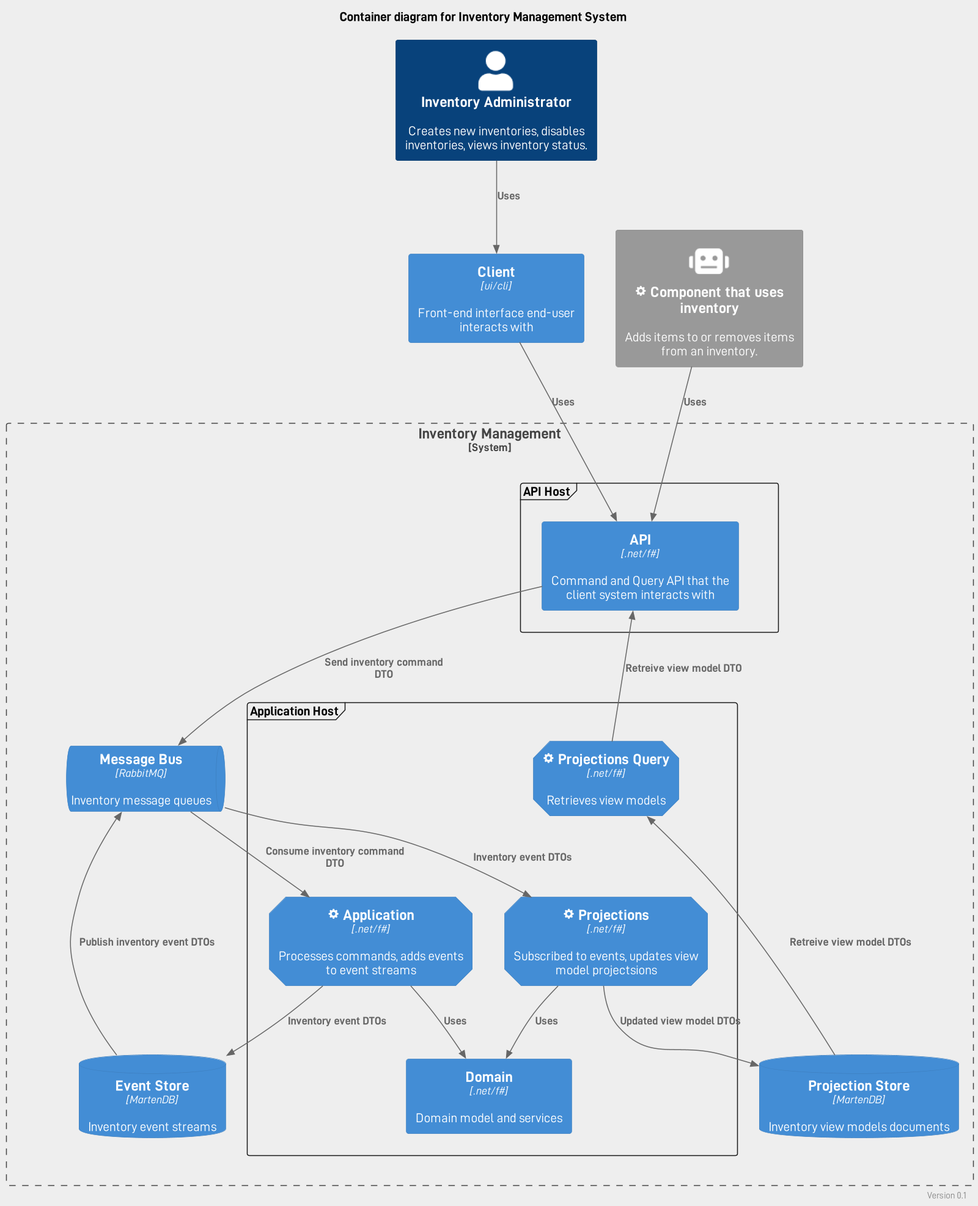
Earlier version of the PlantUML export doc/C4/container.png (iblazhko/cqrs-fsharp).
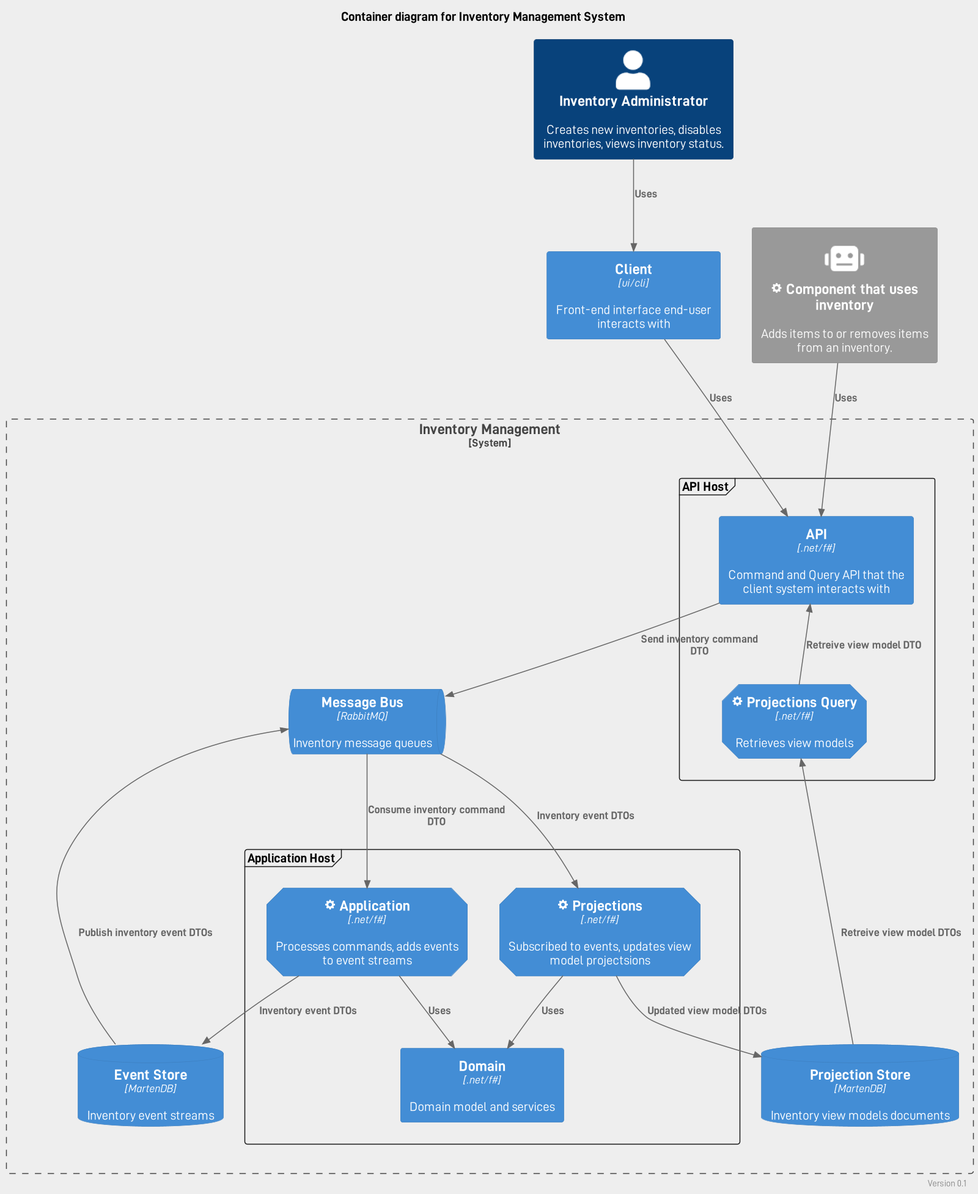
After the change.

The edit, as a diff of the source:
```diff
@@ -20,13 +20,13 @@
 System_Boundary(boundary_system, "Inventory Management") {
     frame "API Host" as api_host {
         Container(api, "API", ".net/f#", "Command and Query API that the client system interacts with")
+        Container(query, "<&cog> Projections Query", ".net/f#", "Retrieves view models", $tags="microservice-component")
     }
 
     frame "Application Host" as app_host {
         Container(domain, "Domain", ".net/f#", "Domain model and services")
         Container(app, "<&cog> Application", ".net/f#", "Processes commands, adds events to event streams", $tags="microservice-component")
         Container(projections, "<&cog> Projections", ".net/f#", "Subscribed to events, updates view model projectsions", $tags="microservice-component")
-        Container(query, "<&cog> Projections Query", ".net/f#", "Retrieves view models", $tags="microservice-component")
     }
 
     ContainerQueue(messagebus, "Message Bus", "RabbitMQ", "Inventory message queues")
@@ -46,12 +46,14 @@
     Rel(app, domain, "Uses")
     Rel(projections, domain, "Uses")
 
+    Lay_D(client, api_host)
+    Lay_D(ext_client, api_host)
+
     Lay_D(api_host, app_host)
 
-    Lay_D(api, app)
     Lay_D(api, query)
+
     Lay_L(app, projections)
-    Lay_L(projections, query)
     Lay_D(app, domain)
     Lay_D(projections, domain)
     Lay_D(app, eventstore)
```
